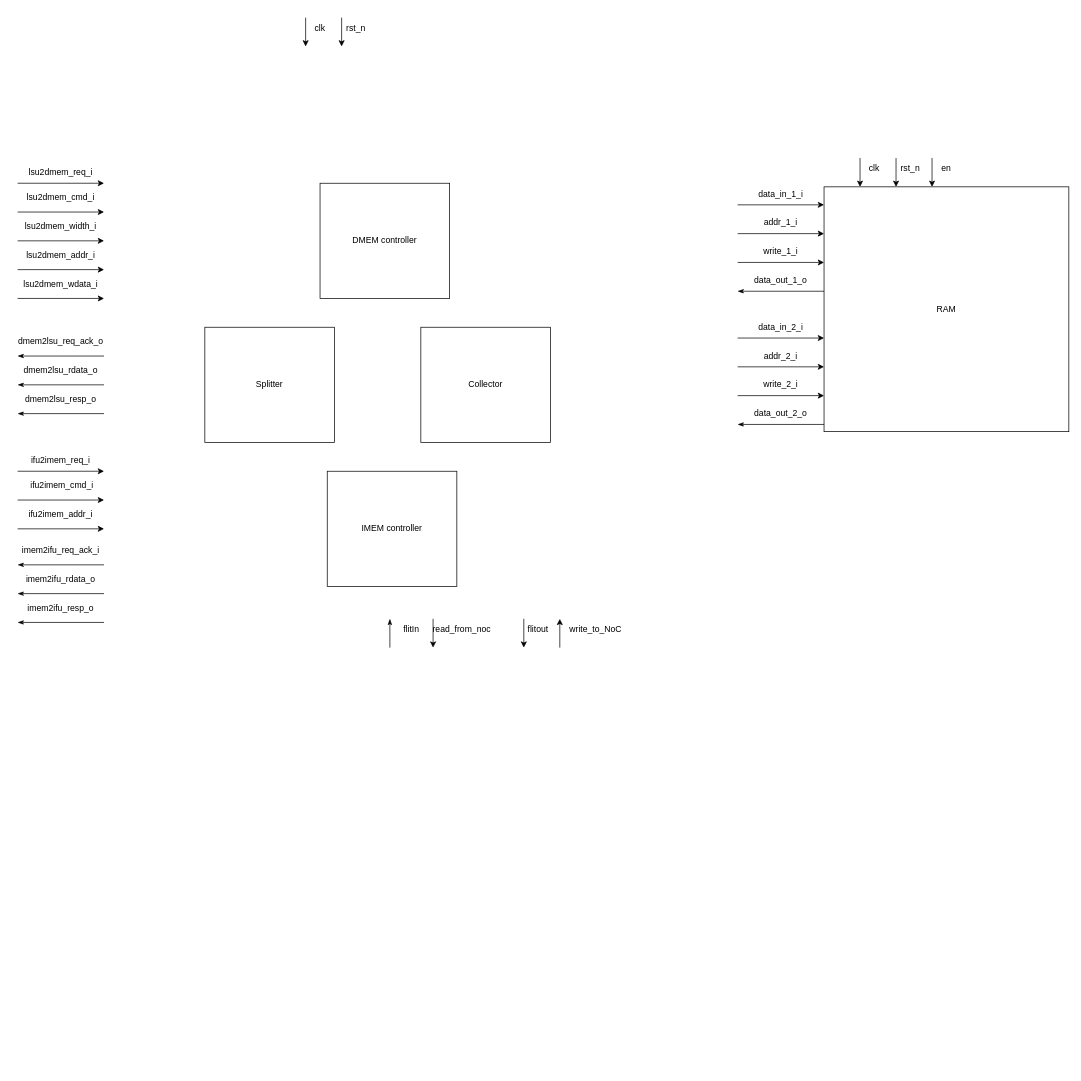
The draw.io diagram docs/Diagrams.drawio in Elgrush/FPGA-multicore-soft-CPU-with-scr1, before the edit. Source tidied: cells renumbered, new cells numbered last; positions are measured from the earlier drawing's top-left corner, leaving out a move shared by most shapes. Both pictures are drawn from the tidied source at 72%, with x=0, y=0 at pixel (17, 17).
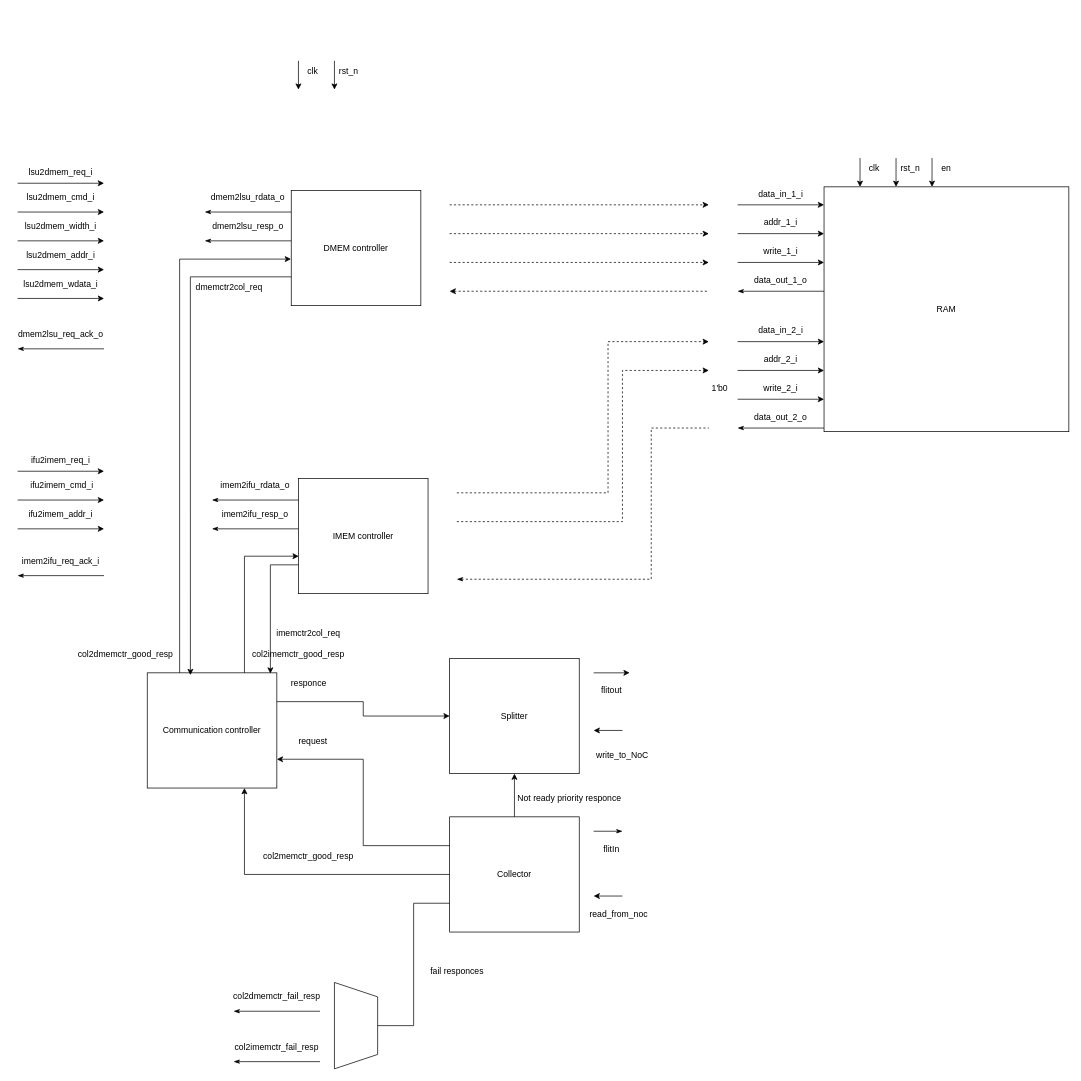
The same diagram, later.

The change refers to these unchanged cells:
```xml
<mxCell id="58" style="group;" parent="1" vertex="1">
  <mxGeometry x="1000" y="195" width="460" height="380" as="geometry" />
</mxCell>
```

Change to the diagram source:
```diff
@@
     <mxCell id="17" style="group;" parent="1" vertex="1">
-      <mxGeometry y="430" width="120" height="40" as="geometry" />
+      <mxGeometry y="420" width="120" height="40" as="geometry" />
     </mxCell>
@@
-    <mxCell id="20" style="group;" parent="1" vertex="1">
-      <mxGeometry y="470" width="120" height="75" as="geometry" />
-    </mxCell>
-    <mxCell id="21" style="endArrow=none;html=1;rounded=0;startArrow=classicThin;startFill=1;" parent="20" edge="1">
-      <mxGeometry relative="1" as="geometry">
-        <mxPoint y="40" as="sourcePoint" />
-        <mxPoint x="120" y="40" as="targetPoint" />
-      </mxGeometry>
-    </mxCell>
-    <mxCell id="22" value="dmem2lsu_rdata_o" style="text;html=1;align=center;verticalAlign=middle;whiteSpace=wrap;rounded=0;" parent="20" vertex="1">
-      <mxGeometry y="5" width="120" height="30" as="geometry" />
-    </mxCell>
-    <mxCell id="23" style="group;" parent="20" vertex="1">
-      <mxGeometry y="40" width="120" height="40" as="geometry" />
-    </mxCell>
-    <mxCell id="24" style="endArrow=none;html=1;rounded=0;startArrow=classicThin;startFill=1;" parent="23" edge="1">
-      <mxGeometry relative="1" as="geometry">
-        <mxPoint y="40" as="sourcePoint" />
-        <mxPoint x="120" y="40" as="targetPoint" />
-      </mxGeometry>
-    </mxCell>
-    <mxCell id="25" value="dmem2lsu_resp_o" style="text;html=1;align=center;verticalAlign=middle;whiteSpace=wrap;rounded=0;" parent="23" vertex="1">
-      <mxGeometry y="5" width="120" height="30" as="geometry" />
-    </mxCell>
     <mxCell id="26" style="endArrow=classic;html=1;rounded=0;" parent="1" edge="1">
       <mxGeometry relative="1" as="geometry">
-        <mxPoint x="400" as="sourcePoint" />
-        <mxPoint x="400" y="40" as="targetPoint" />
+        <mxPoint x="390" y="60" as="sourcePoint" />
+        <mxPoint x="390" y="100" as="targetPoint" />
       </mxGeometry>
     </mxCell>
     <mxCell id="27" value="clk" style="text;html=1;align=center;verticalAlign=middle;whiteSpace=wrap;rounded=0;" parent="1" vertex="1">
-      <mxGeometry x="390" width="60" height="30" as="geometry" />
+      <mxGeometry x="380" y="60" width="60" height="30" as="geometry" />
     </mxCell>
     <mxCell id="28" style="endArrow=classic;html=1;rounded=0;" parent="1" edge="1">
       <mxGeometry relative="1" as="geometry">
-        <mxPoint x="450" as="sourcePoint" />
-        <mxPoint x="450" y="40" as="targetPoint" />
+        <mxPoint x="440" y="60" as="sourcePoint" />
+        <mxPoint x="440" y="100" as="targetPoint" />
       </mxGeometry>
     </mxCell>
     <mxCell id="29" value="rst_n" style="text;html=1;align=center;verticalAlign=middle;whiteSpace=wrap;rounded=0;" parent="1" vertex="1">
-      <mxGeometry x="440" width="60" height="30" as="geometry" />
+      <mxGeometry x="430" y="60" width="60" height="30" as="geometry" />
     </mxCell>
     <mxCell id="30" value="flitIn" style="text;html=1;align=center;verticalAlign=middle;whiteSpace=wrap;rounded=0;" parent="1" vertex="1">
-      <mxGeometry x="517" y="835" width="60" height="30" as="geometry" />
+      <mxGeometry x="795" y="1140" width="60" height="30" as="geometry" />
     </mxCell>
     <mxCell id="31" style="endArrow=classic;html=1;rounded=0;" parent="1" edge="1">
       <mxGeometry relative="1" as="geometry">
-        <mxPoint x="577" y="835" as="sourcePoint" />
-        <mxPoint x="577" y="875" as="targetPoint" />
+        <mxPoint x="840" y="1220" as="sourcePoint" />
+        <mxPoint x="800" y="1220" as="targetPoint" />
       </mxGeometry>
     </mxCell>
     <mxCell id="32" style="endArrow=classic;html=1;rounded=0;" parent="1" edge="1">
       <mxGeometry relative="1" as="geometry">
-        <mxPoint x="703" y="835" as="sourcePoint" />
-        <mxPoint x="703" y="875" as="targetPoint" />
+        <mxPoint x="800" y="910" as="sourcePoint" />
+        <mxPoint x="850" y="910" as="targetPoint" />
       </mxGeometry>
     </mxCell>
     <mxCell id="33" value="flitout" style="text;html=1;align=center;verticalAlign=middle;whiteSpace=wrap;rounded=0;" parent="1" vertex="1">
-      <mxGeometry x="693" y="835" width="60" height="30" as="geometry" />
+      <mxGeometry x="800" y="920" width="50" height="30" as="geometry" />
     </mxCell>
     <mxCell id="34" style="endArrow=none;html=1;rounded=0;startArrow=classic;startFill=1;" parent="1" edge="1">
       <mxGeometry relative="1" as="geometry">
-        <mxPoint x="753" y="835" as="sourcePoint" />
-        <mxPoint x="753" y="875" as="targetPoint" />
+        <mxPoint x="800" y="990" as="sourcePoint" />
+        <mxPoint x="840" y="990" as="targetPoint" />
       </mxGeometry>
     </mxCell>
     <mxCell id="35" value="write_to_NoC" style="text;html=1;align=center;verticalAlign=middle;whiteSpace=wrap;rounded=0;" parent="1" vertex="1">
-      <mxGeometry x="763" y="835" width="80" height="30" as="geometry" />
+      <mxGeometry x="800" y="1010" width="80" height="30" as="geometry" />
     </mxCell>
     <mxCell id="36" value="read_from_noc" style="text;html=1;align=center;verticalAlign=middle;whiteSpace=wrap;rounded=0;" parent="1" vertex="1">
-      <mxGeometry x="577.4" y="835" width="80" height="30" as="geometry" />
+      <mxGeometry x="795" y="1230" width="80" height="30" as="geometry" />
     </mxCell>
@@
-    <mxCell id="43" style="group;" parent="1" vertex="1">
-      <mxGeometry y="720" width="120" height="40" as="geometry" />
-    </mxCell>
-    <mxCell id="44" style="endArrow=none;html=1;rounded=0;startArrow=classicThin;startFill=1;" parent="43" edge="1">
-      <mxGeometry relative="1" as="geometry">
-        <mxPoint y="40" as="sourcePoint" />
-        <mxPoint x="120" y="40" as="targetPoint" />
-      </mxGeometry>
-    </mxCell>
-    <mxCell id="45" value="imem2ifu_req_ack_i" style="text;html=1;align=center;verticalAlign=middle;whiteSpace=wrap;rounded=0;" parent="43" vertex="1">
-      <mxGeometry y="5" width="120" height="30" as="geometry" />
-    </mxCell>
-    <mxCell id="46" style="group;" parent="1" vertex="1">
-      <mxGeometry y="760" width="120" height="75" as="geometry" />
-    </mxCell>
-    <mxCell id="47" style="endArrow=none;html=1;rounded=0;startArrow=classicThin;startFill=1;" parent="46" edge="1">
-      <mxGeometry relative="1" as="geometry">
-        <mxPoint y="40" as="sourcePoint" />
-        <mxPoint x="120" y="40" as="targetPoint" />
-      </mxGeometry>
-    </mxCell>
-    <mxCell id="48" value="imem2ifu_rdata_o" style="text;html=1;align=center;verticalAlign=middle;whiteSpace=wrap;rounded=0;" parent="46" vertex="1">
-      <mxGeometry y="5" width="120" height="30" as="geometry" />
-    </mxCell>
-    <mxCell id="49" style="group;" parent="46" vertex="1">
-      <mxGeometry y="40" width="120" height="40" as="geometry" />
-    </mxCell>
-    <mxCell id="50" style="endArrow=none;html=1;rounded=0;startArrow=classicThin;startFill=1;" parent="49" edge="1">
-      <mxGeometry relative="1" as="geometry">
-        <mxPoint y="40" as="sourcePoint" />
-        <mxPoint x="120" y="40" as="targetPoint" />
-      </mxGeometry>
-    </mxCell>
-    <mxCell id="51" value="imem2ifu_resp_o" style="text;html=1;align=center;verticalAlign=middle;whiteSpace=wrap;rounded=0;" parent="49" vertex="1">
-      <mxGeometry y="5" width="120" height="30" as="geometry" />
-    </mxCell>
@@
     <mxCell id="54" style="endArrow=none;html=1;rounded=0;startArrow=classicThin;startFill=1;" parent="1" edge="1">
       <mxGeometry relative="1" as="geometry">
-        <mxPoint x="517" y="835" as="sourcePoint" />
-        <mxPoint x="517" y="875" as="targetPoint" />
+        <mxPoint x="840" y="1130" as="sourcePoint" />
+        <mxPoint x="800" y="1130" as="targetPoint" />
       </mxGeometry>
     </mxCell>
+    <mxCell id="93" style="edgeStyle=orthogonalEdgeStyle;rounded=0;orthogonalLoop=1;jettySize=auto;html=1;dashed=1;" parent="1" edge="1">
+      <mxGeometry relative="1" as="geometry">
+        <mxPoint x="600" y="260" as="sourcePoint" />
+        <mxPoint x="960" y="260" as="targetPoint" />
+      </mxGeometry>
+    </mxCell>
+    <mxCell id="94" style="edgeStyle=orthogonalEdgeStyle;rounded=0;jettySize=auto;html=1;exitX=0;exitY=0.75;exitDx=0;exitDy=0;entryX=0.333;entryY=0.019;entryDx=0;entryDy=0;entryPerimeter=0;" parent="1" edge="1" source="55" target="107">
+      <mxGeometry relative="1" as="geometry" />
+    </mxCell>
     <mxCell id="55" value="DMEM controller" style="rounded=0;whiteSpace=wrap;html=1;fillColor=none;" parent="1" vertex="1">
-      <mxGeometry x="420" y="230" width="180" height="160" as="geometry" />
+      <mxGeometry x="380" y="240" width="180" height="160" as="geometry" />
     </mxCell>
     <mxCell id="56" value="IMEM controller" style="rounded=0;whiteSpace=wrap;html=1;fillColor=none;" parent="1" vertex="1">
-      <mxGeometry x="430" y="630" width="180" height="160" as="geometry" />
+      <mxGeometry x="390" y="640" width="180" height="160" as="geometry" />
     </mxCell>
     <mxCell id="57" value="Splitter" style="rounded=0;whiteSpace=wrap;html=1;fillColor=none;" parent="1" vertex="1">
-      <mxGeometry x="260" y="430" width="180" height="160" as="geometry" />
+      <mxGeometry x="600" y="890" width="180" height="160" as="geometry" />
     </mxCell>
@@
     <mxCell id="73" style="group;" parent="58" vertex="1">
-      <mxGeometry y="210" width="120" height="160" as="geometry" />
+      <mxGeometry y="215" width="120" height="160" as="geometry" />
     </mxCell>
     <mxCell id="74" style="group;" parent="73" vertex="1">
-      <mxGeometry width="120" height="80" as="geometry" />
+      <mxGeometry width="120" height="160" as="geometry" />
     </mxCell>
@@
     <mxCell id="77" style="group;" parent="74" vertex="1">
-      <mxGeometry y="40" width="120" height="40" as="geometry" />
+      <mxGeometry y="40" width="120" height="120" as="geometry" />
     </mxCell>
@@
-    <mxCell id="80" style="group;" parent="73" vertex="1">
-      <mxGeometry y="80" width="120" height="80" as="geometry" />
+    <mxCell id="80" style="group;" parent="77" vertex="1">
+      <mxGeometry y="40" width="120" height="80" as="geometry" />
     </mxCell>
@@
+    <mxCell id="95" style="edgeStyle=orthogonalEdgeStyle;rounded=0;jettySize=auto;html=1;exitX=0;exitY=0.25;exitDx=0;exitDy=0;entryX=1;entryY=0.75;entryDx=0;entryDy=0;" parent="1" edge="1" source="92" target="107">
+      <mxGeometry relative="1" as="geometry" />
+    </mxCell>
+    <mxCell id="96" style="edgeStyle=orthogonalEdgeStyle;rounded=0;jettySize=auto;html=1;exitX=0.5;exitY=0;exitDx=0;exitDy=0;entryX=0.5;entryY=1;entryDx=0;entryDy=0;" parent="1" edge="1" source="92" target="57">
+      <mxGeometry relative="1" as="geometry" />
+    </mxCell>
+    <mxCell id="97" style="edgeStyle=orthogonalEdgeStyle;rounded=0;jettySize=auto;html=1;entryX=0.75;entryY=1;entryDx=0;entryDy=0;" parent="1" edge="1" source="92" target="107">
+      <mxGeometry relative="1" as="geometry" />
+    </mxCell>
     <mxCell id="92" value="Collector" style="rounded=0;whiteSpace=wrap;html=1;fillColor=none;" parent="1" vertex="1">
-      <mxGeometry x="560" y="430" width="180" height="160" as="geometry" />
+      <mxGeometry x="600" y="1110" width="180" height="160" as="geometry" />
     </mxCell>
+    <mxCell id="98" style="edgeStyle=orthogonalEdgeStyle;rounded=0;orthogonalLoop=1;jettySize=auto;html=1;exitX=1;exitY=0.188;exitDx=0;exitDy=0;exitPerimeter=0;dashed=1;" parent="1" edge="1">
+      <mxGeometry relative="1" as="geometry">
+        <mxPoint x="600" y="300" as="sourcePoint" />
+        <mxPoint x="960" y="300" as="targetPoint" />
+      </mxGeometry>
+    </mxCell>
+    <mxCell id="99" style="edgeStyle=orthogonalEdgeStyle;rounded=0;orthogonalLoop=1;jettySize=auto;html=1;exitX=1;exitY=0.188;exitDx=0;exitDy=0;exitPerimeter=0;dashed=1;" parent="1" edge="1">
+      <mxGeometry relative="1" as="geometry">
+        <mxPoint x="600" y="340" as="sourcePoint" />
+        <mxPoint x="960" y="340" as="targetPoint" />
+      </mxGeometry>
+    </mxCell>
+    <mxCell id="100" style="edgeStyle=orthogonalEdgeStyle;rounded=0;orthogonalLoop=1;jettySize=auto;html=1;exitX=1;exitY=0.188;exitDx=0;exitDy=0;exitPerimeter=0;startArrow=classic;startFill=1;endArrow=none;dashed=1;" parent="1" edge="1">
+      <mxGeometry relative="1" as="geometry">
+        <mxPoint x="600" y="380" as="sourcePoint" />
+        <mxPoint x="960" y="380" as="targetPoint" />
+      </mxGeometry>
+    </mxCell>
+    <mxCell id="101" style="edgeStyle=orthogonalEdgeStyle;rounded=0;orthogonalLoop=1;jettySize=auto;html=1;exitX=1;exitY=0.188;exitDx=0;exitDy=0;exitPerimeter=0;dashed=1;" parent="1" edge="1">
+      <mxGeometry relative="1" as="geometry">
+        <mxPoint x="610" y="660" as="sourcePoint" />
+        <mxPoint x="960" y="450" as="targetPoint" />
+        <Array as="points">
+          <mxPoint x="820" y="660" />
+          <mxPoint x="820" y="450" />
+        </Array>
+      </mxGeometry>
+    </mxCell>
+    <mxCell id="102" style="edgeStyle=orthogonalEdgeStyle;rounded=0;orthogonalLoop=1;jettySize=auto;html=1;exitX=1;exitY=0.188;exitDx=0;exitDy=0;exitPerimeter=0;dashed=1;" parent="1" edge="1">
+      <mxGeometry relative="1" as="geometry">
+        <mxPoint x="610" y="700" as="sourcePoint" />
+        <mxPoint x="960" y="490" as="targetPoint" />
+        <Array as="points">
+          <mxPoint x="840" y="700" />
+          <mxPoint x="840" y="490" />
+        </Array>
+      </mxGeometry>
+    </mxCell>
+    <mxCell id="103" style="edgeStyle=orthogonalEdgeStyle;rounded=0;orthogonalLoop=1;jettySize=auto;html=1;exitX=1;exitY=0.188;exitDx=0;exitDy=0;exitPerimeter=0;startArrow=classicThin;startFill=1;endArrow=none;dashed=1;" parent="1" edge="1">
+      <mxGeometry relative="1" as="geometry">
+        <mxPoint x="610" y="780" as="sourcePoint" />
+        <mxPoint x="960" y="570" as="targetPoint" />
+        <Array as="points">
+          <mxPoint x="880" y="780" />
+          <mxPoint x="880" y="570" />
+        </Array>
+      </mxGeometry>
+    </mxCell>
+    <mxCell id="104" style="edgeStyle=orthogonalEdgeStyle;rounded=0;jettySize=auto;html=1;exitX=0.25;exitY=0;exitDx=0;exitDy=0;entryX=-0.002;entryY=0.596;entryDx=0;entryDy=0;entryPerimeter=0;" parent="1" edge="1" source="107" target="55">
+      <mxGeometry relative="1" as="geometry" />
+    </mxCell>
+    <mxCell id="105" style="edgeStyle=orthogonalEdgeStyle;rounded=0;jettySize=auto;html=1;exitX=0.75;exitY=0;exitDx=0;exitDy=0;entryX=0.002;entryY=0.675;entryDx=0;entryDy=0;entryPerimeter=0;" parent="1" edge="1" source="107" target="56">
+      <mxGeometry relative="1" as="geometry" />
+    </mxCell>
+    <mxCell id="106" style="edgeStyle=orthogonalEdgeStyle;rounded=0;jettySize=auto;html=1;exitX=1;exitY=0.25;exitDx=0;exitDy=0;entryX=0;entryY=0.5;entryDx=0;entryDy=0;" parent="1" edge="1" source="107" target="57">
+      <mxGeometry relative="1" as="geometry" />
+    </mxCell>
+    <mxCell id="107" value="Communication controller" style="rounded=0;whiteSpace=wrap;html=1;fillColor=none;" parent="1" vertex="1">
+      <mxGeometry x="180" y="910" width="180" height="160" as="geometry" />
+    </mxCell>
+    <mxCell id="108" style="edgeStyle=orthogonalEdgeStyle;rounded=0;jettySize=auto;html=1;exitX=0;exitY=0.75;exitDx=0;exitDy=0;entryX=0.95;entryY=0.006;entryDx=0;entryDy=0;entryPerimeter=0;" parent="1" edge="1" source="56" target="107">
+      <mxGeometry relative="1" as="geometry" />
+    </mxCell>
+    <mxCell id="109" value="Not ready priority responce" style="text;html=1;align=center;verticalAlign=middle;whiteSpace=wrap;rounded=0;" parent="1" vertex="1">
+      <mxGeometry x="693" y="1070" width="147" height="30" as="geometry" />
+    </mxCell>
+    <mxCell id="44" style="endArrow=none;html=1;rounded=0;startArrow=classicThin;startFill=1;" parent="1" edge="1">
+      <mxGeometry relative="1" as="geometry">
+        <mxPoint y="775" as="sourcePoint" />
+        <mxPoint x="120" y="775" as="targetPoint" />
+      </mxGeometry>
+    </mxCell>
+    <mxCell id="45" value="imem2ifu_req_ack_i" style="text;html=1;align=center;verticalAlign=middle;whiteSpace=wrap;rounded=0;" parent="1" vertex="1">
+      <mxGeometry y="740" width="120" height="30" as="geometry" />
+    </mxCell>
+    <mxCell id="110" style="edgeStyle=orthogonalEdgeStyle;rounded=0;jettySize=auto;html=1;entryX=0;entryY=0.75;entryDx=0;entryDy=0;endArrow=none;startFill=0;" parent="1" edge="1" source="111" target="92">
+      <mxGeometry relative="1" as="geometry" />
+    </mxCell>
+    <mxCell id="111" style="shape=trapezoid;perimeter=trapezoidPerimeter;whiteSpace=wrap;html=1;fixedSize=1;direction=south;" parent="1" vertex="1">
+      <mxGeometry x="440" y="1340" width="60" height="120" as="geometry" />
+    </mxCell>
+    <mxCell id="112" value="1'b0" style="text;html=1;align=center;verticalAlign=middle;strokeColor=none;fillColor=none;" parent="1" vertex="1">
+      <mxGeometry x="950.4" y="500" width="50" height="30" as="geometry" />
+    </mxCell>
+    <mxCell id="113" value="request" style="text;html=1;align=center;verticalAlign=middle;strokeColor=none;fillColor=none;" parent="1" vertex="1">
+      <mxGeometry x="380" y="990" width="60" height="30" as="geometry" />
+    </mxCell>
+    <mxCell id="114" value="responce" style="text;html=1;align=center;verticalAlign=middle;strokeColor=none;fillColor=none;" parent="1" vertex="1">
+      <mxGeometry x="369" y="910" width="70" height="30" as="geometry" />
+    </mxCell>
+    <mxCell id="115" style="group;" parent="1" vertex="1">
+      <mxGeometry x="260" y="230" width="120" height="75" as="geometry" />
+    </mxCell>
+    <mxCell id="116" style="endArrow=none;html=1;rounded=0;startArrow=classicThin;startFill=1;" parent="115" edge="1">
+      <mxGeometry relative="1" as="geometry">
+        <mxPoint y="40" as="sourcePoint" />
+        <mxPoint x="120" y="40" as="targetPoint" />
+      </mxGeometry>
+    </mxCell>
+    <mxCell id="22" value="dmem2lsu_rdata_o" style="text;html=1;align=center;verticalAlign=middle;whiteSpace=wrap;rounded=0;" parent="115" vertex="1">
+      <mxGeometry y="5" width="120" height="30" as="geometry" />
+    </mxCell>
+    <mxCell id="117" style="group;" parent="115" vertex="1">
+      <mxGeometry y="40" width="120" height="40" as="geometry" />
+    </mxCell>
+    <mxCell id="118" style="endArrow=none;html=1;rounded=0;startArrow=classicThin;startFill=1;" parent="117" edge="1">
+      <mxGeometry relative="1" as="geometry">
+        <mxPoint y="40" as="sourcePoint" />
+        <mxPoint x="120" y="40" as="targetPoint" />
+      </mxGeometry>
+    </mxCell>
+    <mxCell id="119" value="dmem2lsu_resp_o" style="text;html=1;align=center;verticalAlign=middle;whiteSpace=wrap;rounded=0;" parent="117" vertex="1">
+      <mxGeometry y="5" width="120" height="30" as="geometry" />
+    </mxCell>
+    <mxCell id="120" style="group;" parent="1" vertex="1">
+      <mxGeometry x="270" y="630" width="120" height="75" as="geometry" />
+    </mxCell>
+    <mxCell id="121" style="endArrow=none;html=1;rounded=0;startArrow=classicThin;startFill=1;" parent="120" edge="1">
+      <mxGeometry relative="1" as="geometry">
+        <mxPoint y="40" as="sourcePoint" />
+        <mxPoint x="120" y="40" as="targetPoint" />
+      </mxGeometry>
+    </mxCell>
+    <mxCell id="48" value="imem2ifu_rdata_o" style="text;html=1;align=center;verticalAlign=middle;whiteSpace=wrap;rounded=0;" parent="120" vertex="1">
+      <mxGeometry y="5" width="120" height="30" as="geometry" />
+    </mxCell>
+    <mxCell id="122" style="group;" parent="120" vertex="1">
+      <mxGeometry y="40" width="120" height="40" as="geometry" />
+    </mxCell>
+    <mxCell id="123" style="endArrow=none;html=1;rounded=0;startArrow=classicThin;startFill=1;" parent="122" edge="1">
+      <mxGeometry relative="1" as="geometry">
+        <mxPoint y="40" as="sourcePoint" />
+        <mxPoint x="120" y="40" as="targetPoint" />
+      </mxGeometry>
+    </mxCell>
+    <mxCell id="124" value="imem2ifu_resp_o" style="text;html=1;align=center;verticalAlign=middle;whiteSpace=wrap;rounded=0;" parent="122" vertex="1">
+      <mxGeometry y="5" width="120" height="30" as="geometry" />
+    </mxCell>
+    <mxCell id="125" value="fail responces" style="text;html=1;align=center;verticalAlign=middle;strokeColor=none;fillColor=none;" parent="1" vertex="1">
+      <mxGeometry x="560" y="1310" width="100" height="30" as="geometry" />
+    </mxCell>
+    <mxCell id="23" style="group;" parent="1" vertex="1">
+      <mxGeometry x="300" y="1340" width="120" height="40" as="geometry" />
+    </mxCell>
+    <mxCell id="24" style="endArrow=none;html=1;rounded=0;startArrow=classicThin;startFill=1;" parent="23" edge="1">
+      <mxGeometry relative="1" as="geometry">
+        <mxPoint y="40" as="sourcePoint" />
+        <mxPoint x="120" y="40" as="targetPoint" />
+      </mxGeometry>
+    </mxCell>
+    <mxCell id="25" value="col2dmemctr_fail_resp" style="text;html=1;align=center;verticalAlign=middle;whiteSpace=wrap;rounded=0;" parent="23" vertex="1">
+      <mxGeometry y="5" width="120" height="30" as="geometry" />
+    </mxCell>
+    <mxCell id="49" style="group;" parent="1" vertex="1">
+      <mxGeometry x="300" y="1410" width="120" height="40" as="geometry" />
+    </mxCell>
+    <mxCell id="50" style="endArrow=none;html=1;rounded=0;startArrow=classicThin;startFill=1;" parent="49" edge="1">
+      <mxGeometry relative="1" as="geometry">
+        <mxPoint y="40" as="sourcePoint" />
+        <mxPoint x="120" y="40" as="targetPoint" />
+      </mxGeometry>
+    </mxCell>
+    <mxCell id="51" value="col2imemctr_fail_resp" style="text;html=1;align=center;verticalAlign=middle;whiteSpace=wrap;rounded=0;" parent="49" vertex="1">
+      <mxGeometry y="5" width="120" height="30" as="geometry" />
+    </mxCell>
+    <mxCell id="126" value="col2dmemctr_good_resp" style="text;html=1;align=center;verticalAlign=middle;whiteSpace=wrap;rounded=0;" parent="1" vertex="1">
+      <mxGeometry x="70" y="870" width="160" height="30" as="geometry" />
+    </mxCell>
+    <mxCell id="127" value="col2imemctr_good_resp" style="text;html=1;align=center;verticalAlign=middle;whiteSpace=wrap;rounded=0;" parent="1" vertex="1">
+      <mxGeometry x="310" y="870" width="160" height="30" as="geometry" />
+    </mxCell>
+    <mxCell id="128" value="col2memctr_good_resp" style="text;html=1;align=center;verticalAlign=middle;whiteSpace=wrap;rounded=0;" parent="1" vertex="1">
+      <mxGeometry x="324" y="1150" width="160" height="30" as="geometry" />
+    </mxCell>
+    <mxCell id="129" value="dmemctr2col_req" style="text;html=1;align=center;verticalAlign=middle;whiteSpace=wrap;rounded=0;" parent="1" vertex="1">
+      <mxGeometry x="214" y="360" width="160" height="30" as="geometry" />
+    </mxCell>
+    <mxCell id="130" value="imemctr2col_req" style="text;html=1;align=center;verticalAlign=middle;whiteSpace=wrap;rounded=0;" parent="1" vertex="1">
+      <mxGeometry x="324" y="840" width="160" height="30" as="geometry" />
+    </mxCell>
```
